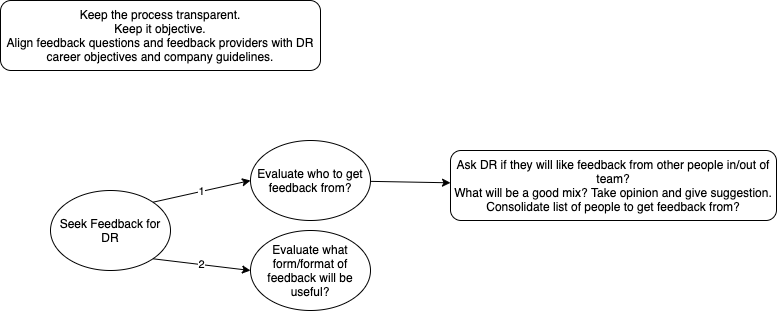
Earlier version of the draw.io export feedback-skill.xml.png (s-gurjit/diagrams). Source tidied: cells renumbered, new cells last; positions are measured from the earlier drawing's top-left corner, leaving out a move shared by most shapes.
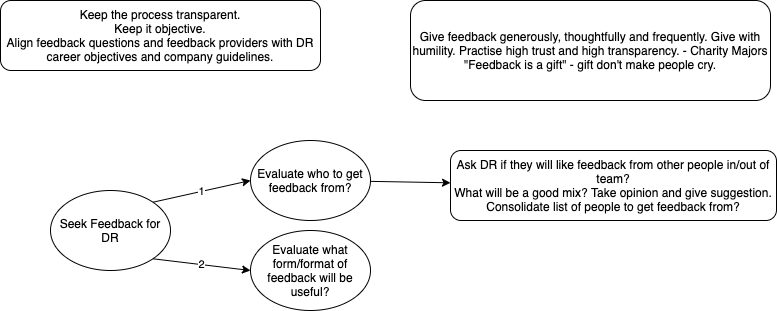
After the change.

What changed in the source:
```diff
@@ -26,5 +26,8 @@
     <mxCell id="9" value="2" style="rounded=0;jettySize=auto;html=1;entryX=0;entryY=0.5;entryDx=0;entryDy=0;exitX=1;exitY=1;exitDx=0;exitDy=0;" parent="1" edge="1" source="3" target="7">
       <mxGeometry relative="1" as="geometry" />
     </mxCell>
+    <mxCell id="10" value="Give feedback generously, thoughtfully and frequently. Give with humility. Practise high trust and high transparency. - Charity Majors&lt;br&gt;&quot;Feedback is a gift&quot; - gift don't make people cry." style="rounded=1;whiteSpace=wrap;html=1;" parent="1" vertex="1">
+      <mxGeometry x="410" width="360" height="100" as="geometry" />
+    </mxCell>
   </root>
 </mxGraphModel>
```
